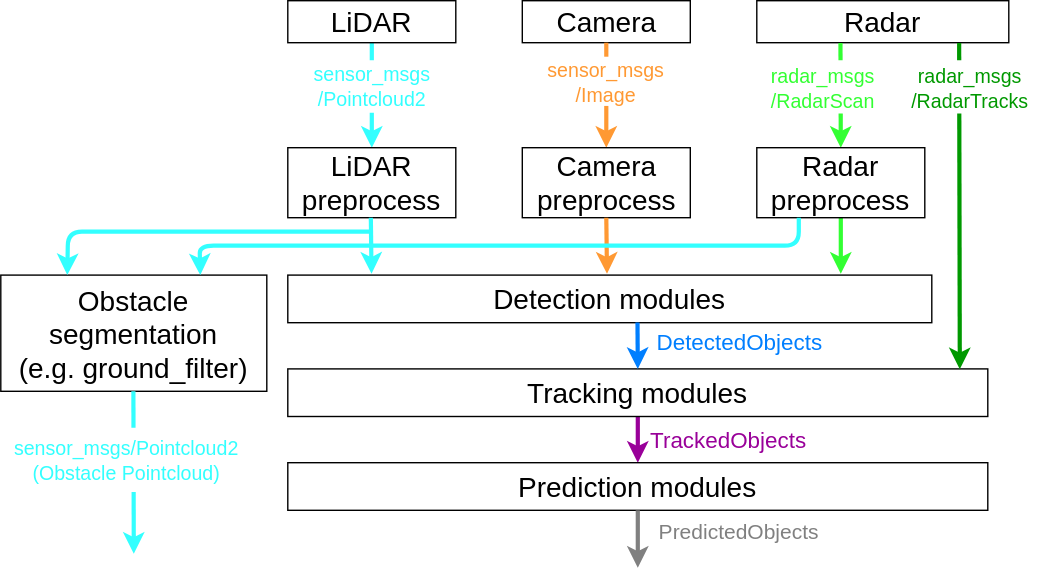
Before: sensing/figure/sensing_pipeline.drawio.svg, a diagram exported from draw.io (scepter914/autoware-architecture-proposal). Source tidied: cells renumbered, new cells last; positions are measured from the earlier drawing's top-left corner, leaving out a move shared by most shapes.
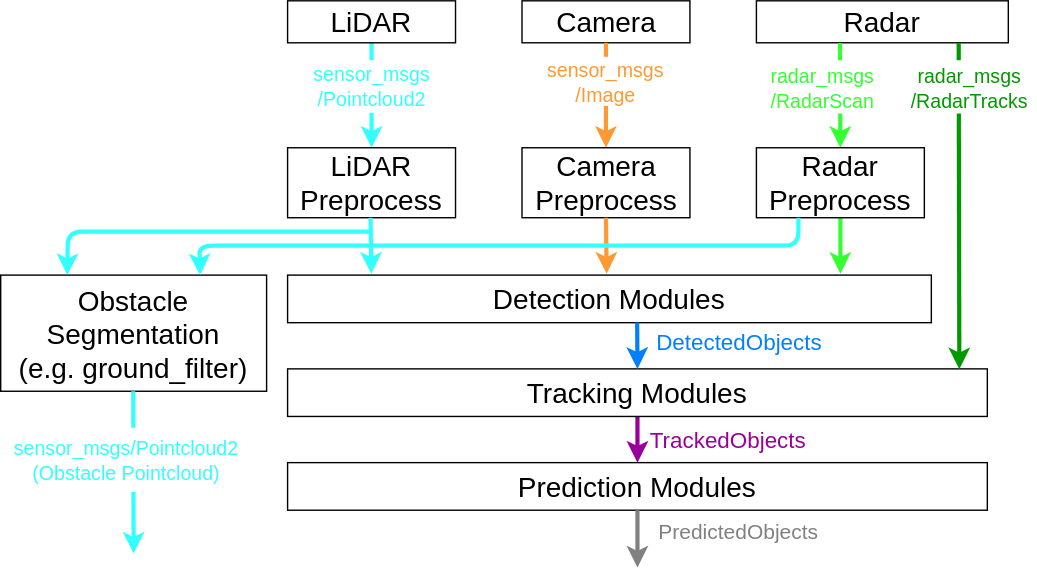
The same file after the commit.

What changed in the source:
```diff
@@ -13,13 +13,13 @@
         <mxPoint x="600" y="195" as="targetPoint" />
       </mxGeometry>
     </mxCell>
-    <mxCell id="5" value="&lt;font style=&quot;font-size: 20px&quot;&gt;Detection modules&lt;br&gt;&lt;/font&gt;" style="rounded=0;whiteSpace=wrap;html=1;" parent="1" vertex="1">
+    <mxCell id="5" value="&lt;font style=&quot;font-size: 20px&quot;&gt;Detection Modules&lt;br&gt;&lt;/font&gt;" style="rounded=0;whiteSpace=wrap;html=1;" parent="1" vertex="1">
       <mxGeometry x="205" y="196" width="460" height="34" as="geometry" />
     </mxCell>
     <mxCell id="6" style="endArrow=classic;html=1;strokeWidth=3;exitX=0.332;exitY=1.005;exitDx=0;exitDy=0;fillColor=#60a917;strokeColor=#33FF33;entryX=0.5;entryY=0;entryDx=0;entryDy=0;exitPerimeter=0;" parent="1" edge="1" source="3" target="7">
       <mxGeometry relative="1" as="geometry" />
     </mxCell>
-    <mxCell id="7" value="&lt;font style=&quot;font-size: 20px&quot;&gt;Radar preprocess&lt;br&gt;&lt;/font&gt;" style="rounded=0;whiteSpace=wrap;html=1;" parent="1" vertex="1">
+    <mxCell id="7" value="&lt;font style=&quot;font-size: 20px&quot;&gt;Radar Preprocess&lt;br&gt;&lt;/font&gt;" style="rounded=0;whiteSpace=wrap;html=1;" parent="1" vertex="1">
       <mxGeometry x="540" y="105" width="120" height="50" as="geometry" />
     </mxCell>
     <mxCell id="8" value="&lt;font&gt;&lt;font style=&quot;font-size: 14px&quot; color=&quot;#33ff33&quot;&gt;radar_msgs&lt;br&gt;/RadarScan&lt;/font&gt;&lt;br&gt;&lt;/font&gt;" style="text;html=1;strokeColor=none;fillColor=default;align=center;verticalAlign=middle;whiteSpace=wrap;rounded=1;fontSize=15;" parent="1" vertex="1">
@@ -31,10 +31,10 @@
     <mxCell id="10" value="&lt;font style=&quot;font-size: 20px&quot;&gt;Camera&lt;br&gt;&lt;/font&gt;" style="rounded=0;whiteSpace=wrap;html=1;" parent="1" vertex="1">
       <mxGeometry x="372.5" width="120" height="30" as="geometry" />
     </mxCell>
-    <mxCell id="11" value="&lt;font style=&quot;font-size: 20px&quot;&gt;Camera preprocess&lt;br&gt;&lt;/font&gt;" style="rounded=0;whiteSpace=wrap;html=1;" parent="1" vertex="1">
+    <mxCell id="11" value="&lt;font style=&quot;font-size: 20px&quot;&gt;Camera Preprocess&lt;br&gt;&lt;/font&gt;" style="rounded=0;whiteSpace=wrap;html=1;" parent="1" vertex="1">
       <mxGeometry x="372.5" y="105" width="120" height="50" as="geometry" />
     </mxCell>
-    <mxCell id="12" value="&lt;font style=&quot;font-size: 20px&quot;&gt;Tracking modules&lt;br&gt;&lt;/font&gt;" style="rounded=0;whiteSpace=wrap;html=1;" parent="1" vertex="1">
+    <mxCell id="12" value="&lt;font style=&quot;font-size: 20px&quot;&gt;Tracking Modules&lt;br&gt;&lt;/font&gt;" style="rounded=0;whiteSpace=wrap;html=1;" parent="1" vertex="1">
       <mxGeometry x="205" y="263" width="500" height="34" as="geometry" />
     </mxCell>
     <mxCell id="13" value="&lt;font style=&quot;font-size: 16px&quot;&gt;&lt;font color=&quot;#990099&quot;&gt;TrackedObjects&lt;/font&gt;&lt;br&gt;&lt;/font&gt;" style="text;html=1;strokeColor=none;fillColor=none;align=center;verticalAlign=middle;whiteSpace=wrap;rounded=0;fontSize=15;" parent="1" vertex="1">
@@ -57,7 +57,7 @@
     <mxCell id="18" value="&lt;font style=&quot;font-size: 20px&quot;&gt;LiDAR&lt;br&gt;&lt;/font&gt;" style="rounded=0;whiteSpace=wrap;html=1;" parent="1" vertex="1">
       <mxGeometry x="205" width="120" height="30" as="geometry" />
     </mxCell>
-    <mxCell id="19" value="&lt;font style=&quot;font-size: 20px&quot;&gt;LiDAR preprocess&lt;br&gt;&lt;/font&gt;" style="rounded=0;whiteSpace=wrap;html=1;" parent="1" vertex="1">
+    <mxCell id="19" value="&lt;font style=&quot;font-size: 20px&quot;&gt;LiDAR Preprocess&lt;br&gt;&lt;/font&gt;" style="rounded=0;whiteSpace=wrap;html=1;" parent="1" vertex="1">
       <mxGeometry x="205" y="105" width="120" height="50" as="geometry" />
     </mxCell>
     <mxCell id="20" value="&lt;font&gt;&lt;font style=&quot;font-size: 14px&quot; color=&quot;#33ffff&quot;&gt;sensor_msgs&lt;br&gt;/Pointcloud2&lt;/font&gt;&lt;br&gt;&lt;/font&gt;" style="text;html=1;strokeColor=none;fillColor=default;align=center;verticalAlign=middle;whiteSpace=wrap;rounded=1;fontSize=15;" parent="1" vertex="1">
@@ -69,7 +69,7 @@
         <mxPoint x="264.8" y="195" as="targetPoint" />
       </mxGeometry>
     </mxCell>
-    <mxCell id="22" value="&lt;font style=&quot;font-size: 20px&quot;&gt;Obstacle segmentation&lt;br&gt;(e.g. ground_filter)&lt;br&gt;&lt;/font&gt;" style="rounded=0;whiteSpace=wrap;html=1;" parent="1" vertex="1">
+    <mxCell id="22" value="&lt;font style=&quot;font-size: 20px&quot;&gt;Obstacle Segmentation&lt;br&gt;(e.g. ground_filter)&lt;br&gt;&lt;/font&gt;" style="rounded=0;whiteSpace=wrap;html=1;" parent="1" vertex="1">
       <mxGeometry y="196" width="190" height="83" as="geometry" />
     </mxCell>
     <mxCell id="23" style="endArrow=classic;html=1;strokeWidth=3;fillColor=#60a917;strokeColor=#33FFFF;entryX=0.25;entryY=0;entryDx=0;entryDy=0;" parent="1" edge="1" target="22">
@@ -80,7 +80,7 @@
         </Array>
       </mxGeometry>
     </mxCell>
-    <mxCell id="24" value="&lt;font style=&quot;font-size: 20px&quot;&gt;Prediction modules&lt;br&gt;&lt;/font&gt;" style="rounded=0;whiteSpace=wrap;html=1;" parent="1" vertex="1">
+    <mxCell id="24" value="&lt;font style=&quot;font-size: 20px&quot;&gt;Prediction Modules&lt;br&gt;&lt;/font&gt;" style="rounded=0;whiteSpace=wrap;html=1;" parent="1" vertex="1">
       <mxGeometry x="205" y="330" width="500" height="34" as="geometry" />
     </mxCell>
     <mxCell id="25" style="endArrow=classic;html=1;strokeWidth=3;shadow=0;fillColor=#60a917;strokeColor=#808080;exitX=0.5;exitY=1;exitDx=0;exitDy=0;" parent="1" edge="1" source="24">
```
